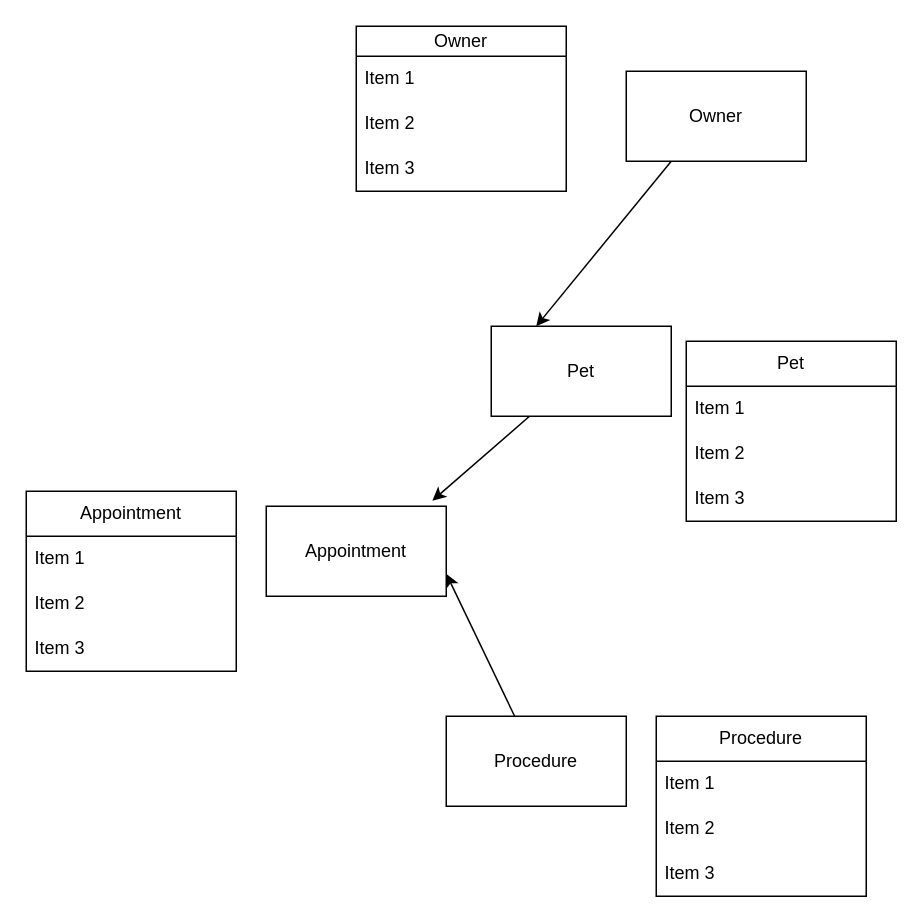
The draw.io diagram page "Page-1" (1 of 2) of 18_sql_fundamentals/relationships.drawio in emileypalmquist/ntl-se-100724, before the edit. Source tidied: cells renumbered, new cells numbered last; positions are measured from the earlier drawing's top-left corner, leaving out a move shared by most shapes. Both pictures are drawn from the tidied source at 150%, with x=0, y=0 at pixel (26, 26).
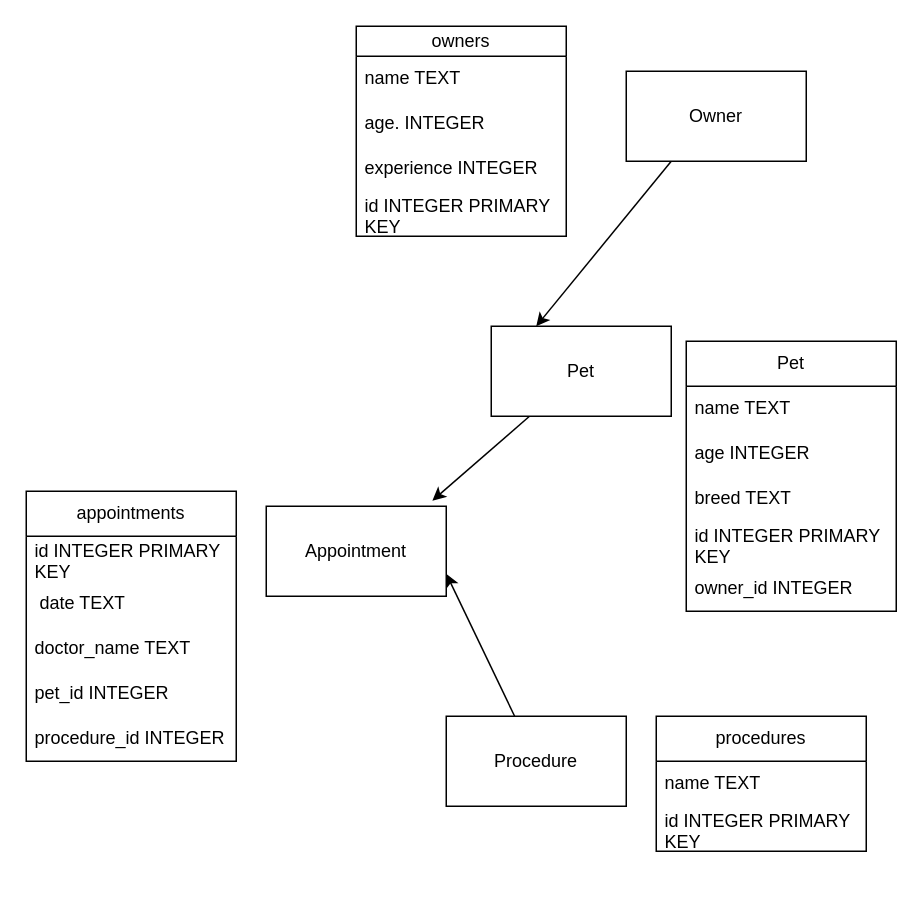
The same page after the edit.

What changed in the source:
```diff
@@
-    <mxCell id="8" value="Owner" style="swimlane;fontStyle=0;horizontal=1;startSize=20;whiteSpace=wrap;html=1;" parent="1" vertex="1">
-      <mxGeometry x="220" width="140" height="110" as="geometry" />
+    <mxCell id="8" value="owners" style="swimlane;fontStyle=0;horizontal=1;startSize=20;whiteSpace=wrap;html=1;" parent="1" vertex="1">
+      <mxGeometry x="220" width="140" height="140" as="geometry" />
     </mxCell>
-    <mxCell id="9" value="Item 1" style="text;strokeColor=none;fillColor=none;align=left;verticalAlign=middle;spacingLeft=4;spacingRight=4;overflow=hidden;whiteSpace=wrap;html=1;" parent="8" vertex="1">
+    <mxCell id="9" value="name TEXT" style="text;strokeColor=none;fillColor=none;align=left;verticalAlign=middle;spacingLeft=4;spacingRight=4;overflow=hidden;whiteSpace=wrap;html=1;" parent="8" vertex="1">
       <mxGeometry y="20" width="140" height="30" as="geometry" />
     </mxCell>
-    <mxCell id="10" value="Item 2" style="text;strokeColor=none;fillColor=none;align=left;verticalAlign=middle;spacingLeft=4;spacingRight=4;overflow=hidden;whiteSpace=wrap;html=1;" parent="8" vertex="1">
+    <mxCell id="10" value="age. INTEGER" style="text;strokeColor=none;fillColor=none;align=left;verticalAlign=middle;spacingLeft=4;spacingRight=4;overflow=hidden;whiteSpace=wrap;html=1;" parent="8" vertex="1">
       <mxGeometry y="50" width="140" height="30" as="geometry" />
     </mxCell>
-    <mxCell id="11" value="Item 3" style="text;strokeColor=none;fillColor=none;align=left;verticalAlign=middle;spacingLeft=4;spacingRight=4;overflow=hidden;whiteSpace=wrap;html=1;" parent="8" vertex="1">
+    <mxCell id="11" value="experience INTEGER" style="text;strokeColor=none;fillColor=none;align=left;verticalAlign=middle;spacingLeft=4;spacingRight=4;overflow=hidden;whiteSpace=wrap;html=1;" parent="8" vertex="1">
       <mxGeometry y="80" width="140" height="30" as="geometry" />
     </mxCell>
+    <mxCell id="25" value="id INTEGER PRIMARY KEY" style="text;strokeColor=none;fillColor=none;align=left;verticalAlign=middle;spacingLeft=4;spacingRight=4;overflow=hidden;whiteSpace=wrap;html=1;" parent="8" vertex="1">
+      <mxGeometry y="110" width="140" height="30" as="geometry" />
+    </mxCell>
     <mxCell id="12" value="Pet" style="swimlane;fontStyle=0;horizontal=1;startSize=30;whiteSpace=wrap;html=1;" parent="1" vertex="1">
-      <mxGeometry x="440" y="210" width="140" height="120" as="geometry" />
+      <mxGeometry x="440" y="210" width="140" height="180" as="geometry" />
     </mxCell>
-    <mxCell id="13" value="Item 1" style="text;strokeColor=none;fillColor=none;align=left;verticalAlign=middle;spacingLeft=4;spacingRight=4;overflow=hidden;whiteSpace=wrap;html=1;" parent="12" vertex="1">
+    <mxCell id="13" value="name TEXT" style="text;strokeColor=none;fillColor=none;align=left;verticalAlign=middle;spacingLeft=4;spacingRight=4;overflow=hidden;whiteSpace=wrap;html=1;" parent="12" vertex="1">
       <mxGeometry y="30" width="140" height="30" as="geometry" />
     </mxCell>
-    <mxCell id="14" value="Item 2" style="text;strokeColor=none;fillColor=none;align=left;verticalAlign=middle;spacingLeft=4;spacingRight=4;overflow=hidden;whiteSpace=wrap;html=1;" parent="12" vertex="1">
+    <mxCell id="14" value="age INTEGER" style="text;strokeColor=none;fillColor=none;align=left;verticalAlign=middle;spacingLeft=4;spacingRight=4;overflow=hidden;whiteSpace=wrap;html=1;" parent="12" vertex="1">
       <mxGeometry y="60" width="140" height="30" as="geometry" />
     </mxCell>
-    <mxCell id="15" value="Item 3" style="text;strokeColor=none;fillColor=none;align=left;verticalAlign=middle;spacingLeft=4;spacingRight=4;overflow=hidden;whiteSpace=wrap;html=1;" parent="12" vertex="1">
+    <mxCell id="15" value="breed TEXT" style="text;strokeColor=none;fillColor=none;align=left;verticalAlign=middle;spacingLeft=4;spacingRight=4;overflow=hidden;whiteSpace=wrap;html=1;" parent="12" vertex="1">
       <mxGeometry y="90" width="140" height="30" as="geometry" />
     </mxCell>
+    <mxCell id="26" value="id INTEGER PRIMARY KEY" style="text;strokeColor=none;fillColor=none;align=left;verticalAlign=middle;spacingLeft=4;spacingRight=4;overflow=hidden;whiteSpace=wrap;html=1;" parent="12" vertex="1">
+      <mxGeometry y="120" width="140" height="30" as="geometry" />
+    </mxCell>
+    <mxCell id="27" value="owner_id INTEGER" style="text;strokeColor=none;fillColor=none;align=left;verticalAlign=middle;spacingLeft=4;spacingRight=4;overflow=hidden;whiteSpace=wrap;html=1;" parent="12" vertex="1">
+      <mxGeometry y="150" width="140" height="30" as="geometry" />
+    </mxCell>
-    <mxCell id="16" value="Appointment" style="swimlane;fontStyle=0;horizontal=1;startSize=30;whiteSpace=wrap;html=1;" parent="1" vertex="1">
-      <mxGeometry y="310" width="140" height="120" as="geometry" />
+    <mxCell id="16" value="appointments" style="swimlane;fontStyle=0;horizontal=1;startSize=30;whiteSpace=wrap;html=1;" parent="1" vertex="1">
+      <mxGeometry y="310" width="140" height="180" as="geometry" />
     </mxCell>
-    <mxCell id="17" value="Item 1" style="text;strokeColor=none;fillColor=none;align=left;verticalAlign=middle;spacingLeft=4;spacingRight=4;overflow=hidden;whiteSpace=wrap;html=1;" parent="16" vertex="1">
+    <mxCell id="17" value="id INTEGER PRIMARY KEY" style="text;strokeColor=none;fillColor=none;align=left;verticalAlign=middle;spacingLeft=4;spacingRight=4;overflow=hidden;whiteSpace=wrap;html=1;" parent="16" vertex="1">
       <mxGeometry y="30" width="140" height="30" as="geometry" />
     </mxCell>
-    <mxCell id="18" value="Item 2" style="text;strokeColor=none;fillColor=none;align=left;verticalAlign=middle;spacingLeft=4;spacingRight=4;overflow=hidden;whiteSpace=wrap;html=1;" parent="16" vertex="1">
+    <mxCell id="18" value="&amp;nbsp;date TEXT" style="text;strokeColor=none;fillColor=none;align=left;verticalAlign=middle;spacingLeft=4;spacingRight=4;overflow=hidden;whiteSpace=wrap;html=1;" parent="16" vertex="1">
       <mxGeometry y="60" width="140" height="30" as="geometry" />
     </mxCell>
-    <mxCell id="19" value="Item 3" style="text;strokeColor=none;fillColor=none;align=left;verticalAlign=middle;spacingLeft=4;spacingRight=4;overflow=hidden;whiteSpace=wrap;html=1;" parent="16" vertex="1">
+    <mxCell id="19" value="doctor_name TEXT" style="text;strokeColor=none;fillColor=none;align=left;verticalAlign=middle;spacingLeft=4;spacingRight=4;overflow=hidden;whiteSpace=wrap;html=1;" parent="16" vertex="1">
       <mxGeometry y="90" width="140" height="30" as="geometry" />
     </mxCell>
+    <mxCell id="28" value="pet_id INTEGER" style="text;strokeColor=none;fillColor=none;align=left;verticalAlign=middle;spacingLeft=4;spacingRight=4;overflow=hidden;whiteSpace=wrap;html=1;" parent="16" vertex="1">
+      <mxGeometry y="120" width="140" height="30" as="geometry" />
+    </mxCell>
+    <mxCell id="29" value="procedure_id INTEGER" style="text;strokeColor=none;fillColor=none;align=left;verticalAlign=middle;spacingLeft=4;spacingRight=4;overflow=hidden;whiteSpace=wrap;html=1;" parent="16" vertex="1">
+      <mxGeometry y="150" width="140" height="30" as="geometry" />
+    </mxCell>
-    <mxCell id="20" value="Procedure" style="swimlane;fontStyle=0;horizontal=1;startSize=30;whiteSpace=wrap;html=1;" parent="1" vertex="1">
-      <mxGeometry x="420" y="460" width="140" height="120" as="geometry" />
+    <mxCell id="20" value="procedures" style="swimlane;fontStyle=0;horizontal=1;startSize=30;whiteSpace=wrap;html=1;" parent="1" vertex="1">
+      <mxGeometry x="420" y="460" width="140" height="90" as="geometry" />
     </mxCell>
-    <mxCell id="21" value="Item 1" style="text;strokeColor=none;fillColor=none;align=left;verticalAlign=middle;spacingLeft=4;spacingRight=4;overflow=hidden;whiteSpace=wrap;html=1;" parent="20" vertex="1">
+    <mxCell id="21" value="name TEXT" style="text;strokeColor=none;fillColor=none;align=left;verticalAlign=middle;spacingLeft=4;spacingRight=4;overflow=hidden;whiteSpace=wrap;html=1;" parent="20" vertex="1">
       <mxGeometry y="30" width="140" height="30" as="geometry" />
     </mxCell>
-    <mxCell id="22" value="Item 2" style="text;strokeColor=none;fillColor=none;align=left;verticalAlign=middle;spacingLeft=4;spacingRight=4;overflow=hidden;whiteSpace=wrap;html=1;" parent="20" vertex="1">
+    <mxCell id="22" value="id INTEGER PRIMARY KEY" style="text;strokeColor=none;fillColor=none;align=left;verticalAlign=middle;spacingLeft=4;spacingRight=4;overflow=hidden;whiteSpace=wrap;html=1;" parent="20" vertex="1">
       <mxGeometry y="60" width="140" height="30" as="geometry" />
     </mxCell>
-    <mxCell id="23" value="Item 3" style="text;strokeColor=none;fillColor=none;align=left;verticalAlign=middle;spacingLeft=4;spacingRight=4;overflow=hidden;whiteSpace=wrap;html=1;" parent="20" vertex="1">
-      <mxGeometry y="90" width="140" height="30" as="geometry" />
-    </mxCell>
```
